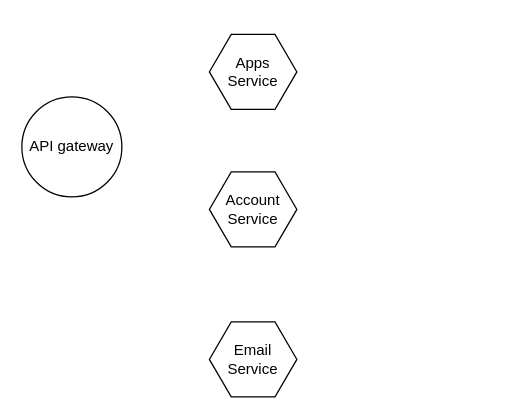
This is v-chain microservices architecture.drawio from NTT-TNN/draw, a draw.io file, before an edit. Source tidied: cells renumbered, new cells numbered last; positions are measured from the earlier drawing's top-left corner, leaving out a move shared by most shapes. Both pictures are drawn from the tidied source at 125%, with x=0, y=0 at pixel (21, 34).
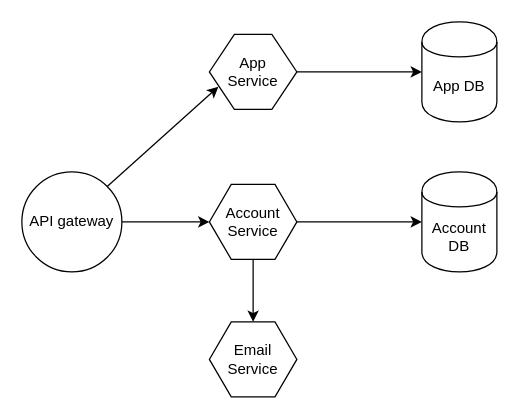
Above is the later version.

Change to the diagram source:
```diff
@@
 <mxGraphModel>
   <root>
     <mxCell id="0" />
     <mxCell id="1" parent="0" />
+    <mxCell id="6" style="rounded=0;jettySize=auto;html=1;exitX=1;exitY=0;exitDx=0;exitDy=0;entryX=0;entryY=0.75;entryDx=0;entryDy=0;" parent="1" edge="1" source="2" target="3">
+      <mxGeometry relative="1" as="geometry" />
+    </mxCell>
+    <mxCell id="7" style="edgeStyle=none;rounded=0;jettySize=auto;html=1;exitX=1;exitY=0.5;exitDx=0;exitDy=0;entryX=0;entryY=0.5;entryDx=0;entryDy=0;" parent="1" edge="1" source="2" target="4">
+      <mxGeometry relative="1" as="geometry" />
+    </mxCell>
     <mxCell id="2" value="API gateway" style="ellipse;whiteSpace=wrap;html=1;" parent="1" vertex="1">
-      <mxGeometry y="50" width="80" height="80" as="geometry" />
+      <mxGeometry y="110" width="80" height="80" as="geometry" />
     </mxCell>
+    <mxCell id="8" style="edgeStyle=orthogonalEdgeStyle;rounded=0;jettySize=auto;html=1;exitX=1;exitY=0.5;exitDx=0;exitDy=0;" parent="1" edge="1" source="3" target="11">
+      <mxGeometry relative="1" as="geometry" />
+    </mxCell>
-    <mxCell id="3" value="Apps Service" style="shape=hexagon;html=1;whiteSpace=wrap;perimeter=hexagonPerimeter;rounded=0;" parent="1" vertex="1">
+    <mxCell id="3" value="App &lt;br&gt;Service" style="shape=hexagon;html=1;whiteSpace=wrap;perimeter=hexagonPerimeter;rounded=0;size=0.2857142857142857;" parent="1" vertex="1">
       <mxGeometry x="150" width="70" height="60" as="geometry" />
     </mxCell>
+    <mxCell id="9" style="edgeStyle=orthogonalEdgeStyle;rounded=0;jettySize=auto;html=1;exitX=1;exitY=0.5;exitDx=0;exitDy=0;" parent="1" edge="1" source="4" target="12">
+      <mxGeometry relative="1" as="geometry" />
+    </mxCell>
+    <mxCell id="10" style="edgeStyle=none;rounded=0;jettySize=auto;html=1;exitX=0.5;exitY=1;exitDx=0;exitDy=0;entryX=0.5;entryY=0;entryDx=0;entryDy=0;" parent="1" edge="1" source="4" target="5">
+      <mxGeometry relative="1" as="geometry" />
+    </mxCell>
     <mxCell id="4" value="Account Service" style="shape=hexagon;html=1;whiteSpace=wrap;perimeter=hexagonPerimeter;rounded=0;" parent="1" vertex="1">
-      <mxGeometry x="150" y="110" width="70" height="60" as="geometry" />
+      <mxGeometry x="150" y="120" width="70" height="60" as="geometry" />
     </mxCell>
     <mxCell id="5" value="Email Service" style="shape=hexagon;html=1;whiteSpace=wrap;perimeter=hexagonPerimeter;rounded=0;" parent="1" vertex="1">
       <mxGeometry x="150" y="230" width="70" height="60" as="geometry" />
     </mxCell>
+    <mxCell id="11" value="App DB&lt;br&gt;" style="shape=cylinder;whiteSpace=wrap;html=1;boundedLbl=1;backgroundOutline=1;" parent="1" vertex="1">
+      <mxGeometry x="320" y="-10" width="60" height="80" as="geometry" />
+    </mxCell>
+    <mxCell id="12" value="Account DB" style="shape=cylinder;whiteSpace=wrap;html=1;boundedLbl=1;backgroundOutline=1;" parent="1" vertex="1">
+      <mxGeometry x="320" y="110" width="60" height="80" as="geometry" />
+    </mxCell>
   </root>
 </mxGraphModel>
```
